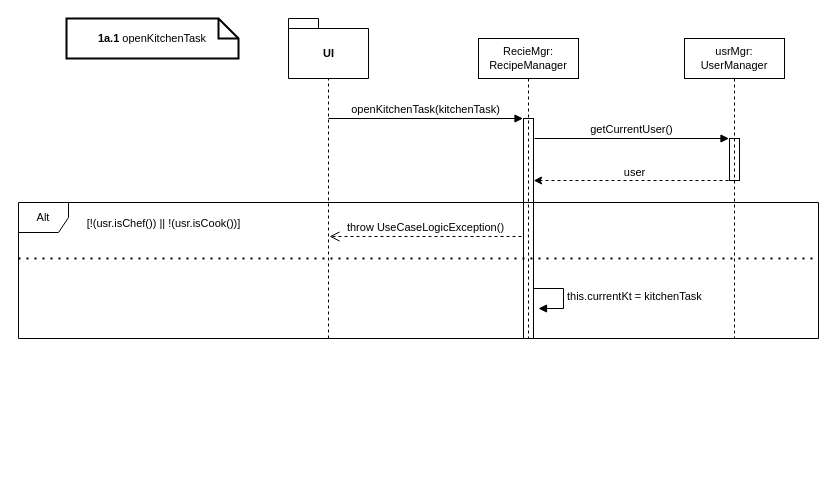
cortosi/Development-of-Software-Applications-2021-2022 keeps this draw.io diagram as page "1a.1" (2 of 10) of Gestire le ricette/Gestire le ricette (DSD).drawio. Above is the earlier version. Source tidied: cells renumbered, new cells numbered last; positions are measured from the earlier drawing's top-left corner, leaving out a move shared by most shapes. Both pictures are drawn from the tidied source at 100%, with x=0, y=0 at pixel (18, 18).
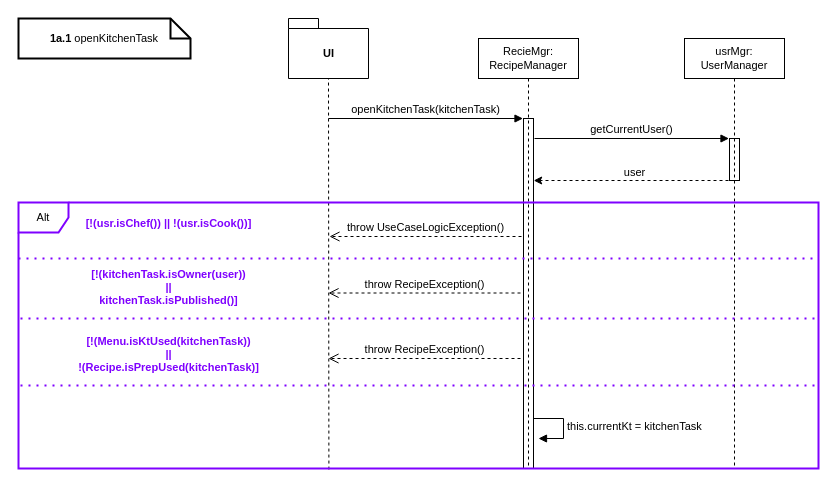
After the change.

What changed in the source:
```diff
@@
     <mxCell id="3" value="RecieMgr:&lt;br style=&quot;font-size: 11px;&quot;&gt;RecipeManager" style="shape=umlLifeline;perimeter=lifelinePerimeter;whiteSpace=wrap;html=1;fontFamily=SF UI Text;fontSize=11;" parent="1" vertex="1">
-      <mxGeometry x="460" y="20" width="100" height="300" as="geometry" />
+      <mxGeometry x="460" y="20" width="100" height="430" as="geometry" />
     </mxCell>
     <mxCell id="4" style="html=1;perimeter=orthogonalPerimeter;fillColor=none;fontFamily=SF UI Text;fontSize=11;" parent="3" vertex="1">
-      <mxGeometry x="45" y="80" width="10" height="220" as="geometry" />
+      <mxGeometry x="45" y="80" width="10" height="350" as="geometry" />
     </mxCell>
     <mxCell id="5" value="&lt;b&gt;1a.1&amp;nbsp;&lt;/b&gt;openKitchenTask" style="shape=note;size=20;whiteSpace=wrap;html=1;fontFamily=SF UI Text;fontSize=11;fillColor=none;strokeWidth=2;" parent="1" vertex="1">
-      <mxGeometry x="48" width="172" height="40" as="geometry" />
+      <mxGeometry width="172" height="40" as="geometry" />
     </mxCell>
-    <mxCell id="6" style="endArrow=none;dashed=1;html=1;rounded=0;entryX=0.5;entryY=1;entryDx=0;entryDy=0;entryPerimeter=0;fontFamily=SF UI Text;fontSize=11;" parent="1" edge="1">
+    <mxCell id="6" style="endArrow=none;dashed=1;html=1;rounded=0;entryX=0.5;entryY=1;entryDx=0;entryDy=0;entryPerimeter=0;fontFamily=SF UI Text;fontSize=11;exitX=0.388;exitY=1.004;exitDx=0;exitDy=0;exitPerimeter=0;" parent="1" edge="1" source="13">
       <mxGeometry relative="1" as="geometry">
-        <mxPoint x="310" y="320" as="sourcePoint" />
         <mxPoint x="310" y="60" as="targetPoint" />
       </mxGeometry>
     </mxCell>
@@
     <mxCell id="8" value="usrMgr:&lt;br style=&quot;font-size: 11px;&quot;&gt;UserManager" style="shape=umlLifeline;perimeter=lifelinePerimeter;whiteSpace=wrap;html=1;fontFamily=SF UI Text;fontSize=11;" parent="1" vertex="1">
-      <mxGeometry x="666" y="20" width="100" height="300" as="geometry" />
+      <mxGeometry x="666" y="20" width="100" height="430" as="geometry" />
     </mxCell>
@@
-    <mxCell id="13" value="Alt" style="shape=umlFrame;whiteSpace=wrap;html=1;fillColor=none;width=50;height=30;fontFamily=SF UI Text;fontSize=11;" parent="1" vertex="1">
-      <mxGeometry y="184" width="800" height="136" as="geometry" />
+    <mxCell id="13" value="Alt" style="shape=umlFrame;whiteSpace=wrap;html=1;fillColor=none;width=50;height=30;fontFamily=SF UI Text;fontSize=11;strokeWidth=2;strokeColor=#7F00FF;" parent="1" vertex="1">
+      <mxGeometry y="184" width="800" height="266" as="geometry" />
     </mxCell>
-    <mxCell id="14" style="endArrow=none;dashed=1;html=1;dashPattern=1 3;strokeWidth=2;rounded=0;fontFamily=SF UI Text;fontSize=11;exitX=0;exitY=0.183;exitDx=0;exitDy=0;exitPerimeter=0;" parent="1" edge="1">
+    <mxCell id="14" style="endArrow=none;dashed=1;html=1;dashPattern=1 3;strokeWidth=2;rounded=0;fontFamily=SF UI Text;fontSize=11;exitX=0;exitY=0.183;exitDx=0;exitDy=0;exitPerimeter=0;strokeColor=#7F00FF;" parent="1" edge="1">
       <mxGeometry relative="1" as="geometry">
         <mxPoint y="239.9" as="sourcePoint" />
         <mxPoint x="800" y="240" as="targetPoint" />
       </mxGeometry>
     </mxCell>
@@
     <mxCell id="16" value="this.currentKt = kitchenTask" style="edgeStyle=orthogonalEdgeStyle;html=1;align=left;spacingLeft=2;endArrow=block;rounded=0;entryX=1;entryY=0;fontFamily=SF UI Text;fontSize=11;" parent="1" edge="1">
       <mxGeometry relative="1" as="geometry">
-        <mxPoint x="515" y="270" as="sourcePoint" />
-        <mxPoint x="520" y="290" as="targetPoint" />
+        <mxPoint x="515" y="400" as="sourcePoint" />
+        <mxPoint x="520" y="420" as="targetPoint" />
         <Array as="points">
-          <mxPoint x="545" y="270" />
-          <mxPoint x="545" y="290" />
+          <mxPoint x="545" y="400" />
+          <mxPoint x="545" y="420" />
         </Array>
       </mxGeometry>
     </mxCell>
-    <mxCell id="17" value="&lt;span style=&quot;font-size: 11px;&quot;&gt;[!(usr.isChef()) || !(usr.isCook())]&lt;/span&gt;" style="text;html=1;align=center;verticalAlign=middle;strokeColor=none;fillColor=none;fontFamily=SF UI Text;fontSize=11;" parent="1" vertex="1">
-      <mxGeometry x="50" y="190" width="190" height="30" as="geometry" />
+    <mxCell id="17" value="&lt;span style=&quot;font-size: 11px;&quot;&gt;[!(usr.isChef()) || !(usr.isCook())]&lt;/span&gt;" style="text;html=1;align=center;verticalAlign=middle;strokeColor=none;fillColor=none;fontFamily=SF UI Text;fontSize=11;fontStyle=1;fontColor=#7F00FF;" parent="1" vertex="1">
+      <mxGeometry x="50" y="190" width="200" height="30" as="geometry" />
     </mxCell>
+    <mxCell id="18" style="endArrow=none;dashed=1;html=1;dashPattern=1 3;strokeWidth=2;rounded=0;fontFamily=SF UI Text;fontSize=11;exitX=0;exitY=0.183;exitDx=0;exitDy=0;exitPerimeter=0;strokeColor=#7F00FF;" parent="1" edge="1">
+      <mxGeometry relative="1" as="geometry">
+        <mxPoint x="2" y="300" as="sourcePoint" />
+        <mxPoint x="802" y="300.1" as="targetPoint" />
+      </mxGeometry>
+    </mxCell>
+    <mxCell id="19" value="&lt;span style=&quot;font-size: 11px;&quot;&gt;[!(kitchenTask.isOwner(user))&lt;br&gt;|| &lt;br&gt;kitchenTask.isPublished()]&lt;/span&gt;" style="text;html=1;align=center;verticalAlign=middle;strokeColor=none;fillColor=none;fontFamily=SF UI Text;fontSize=11;fontStyle=1;fontColor=#7F00FF;" parent="1" vertex="1">
+      <mxGeometry x="55" y="244" width="190" height="50" as="geometry" />
+    </mxCell>
+    <mxCell id="20" style="endArrow=none;dashed=1;html=1;dashPattern=1 3;strokeWidth=2;rounded=0;fontFamily=SF UI Text;fontSize=11;exitX=0;exitY=0.183;exitDx=0;exitDy=0;exitPerimeter=0;strokeColor=#7F00FF;" parent="1" edge="1">
+      <mxGeometry relative="1" as="geometry">
+        <mxPoint x="2" y="367" as="sourcePoint" />
+        <mxPoint x="802" y="367.1" as="targetPoint" />
+      </mxGeometry>
+    </mxCell>
+    <mxCell id="21" value="[!(Menu.isKtUsed(kitchenTask))&lt;br&gt;||&lt;br&gt;!(Recipe.isPrepUsed(kitchenTask)]" style="text;html=1;align=center;verticalAlign=middle;strokeColor=none;fillColor=none;fontFamily=SF UI Text;fontSize=11;fontStyle=1;fontColor=#7F00FF;" parent="1" vertex="1">
+      <mxGeometry x="40" y="311" width="220" height="50" as="geometry" />
+    </mxCell>
+    <mxCell id="22" value="throw RecipeException()" style="html=1;verticalAlign=bottom;endArrow=open;dashed=1;endSize=8;rounded=0;entryX=0.48;entryY=0.191;entryDx=0;entryDy=0;entryPerimeter=0;fontFamily=SF UI Text;fontSize=11;" parent="1" edge="1">
+      <mxGeometry relative="1" as="geometry">
+        <mxPoint x="502" y="274.5" as="sourcePoint" />
+        <mxPoint x="310" y="274.5" as="targetPoint" />
+      </mxGeometry>
+    </mxCell>
+    <mxCell id="23" value="throw RecipeException()" style="html=1;verticalAlign=bottom;endArrow=open;dashed=1;endSize=8;rounded=0;entryX=0.48;entryY=0.191;entryDx=0;entryDy=0;entryPerimeter=0;fontFamily=SF UI Text;fontSize=11;" parent="1" edge="1">
+      <mxGeometry relative="1" as="geometry">
+        <mxPoint x="502" y="340" as="sourcePoint" />
+        <mxPoint x="310" y="340" as="targetPoint" />
+      </mxGeometry>
+    </mxCell>
```
